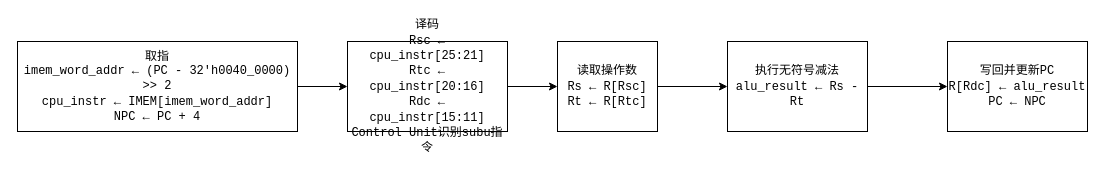
The draw.io diagram Add指令流程图.drawio in LV-ZHU/Computer_Organization_and_Architecture_Course_Design, before the edit. Source tidied: cells renumbered, new cells numbered last; positions are measured from the earlier drawing's top-left corner, leaving out a move shared by most shapes. Both pictures are drawn from the tidied source at 100%, with x=0, y=0 at pixel (17, 41).
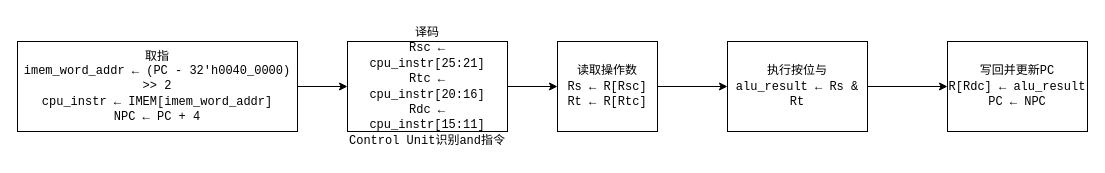
Above is the later version.

Commit message:
更新And指令流程图.drawio

Diff of the diagram source:
```diff
@@
 <mxGraphModel>
   <root>
     <mxCell id="0" />
     <mxCell id="1" parent="0" />
     <mxCell id="2" style="edgeStyle=orthogonalEdgeStyle;rounded=0;jettySize=auto;html=1;" parent="1" edge="1" source="3" target="5">
       <mxGeometry relative="1" as="geometry" />
     </mxCell>
     <mxCell id="3" value="取指&lt;div&gt;&lt;code dir=&quot;ltr&quot;&gt;imem_word_addr ← (PC - 32'h0040_0000) &amp;gt;&amp;gt; 2&lt;/code&gt;&lt;br&gt;&lt;code dir=&quot;ltr&quot;&gt;cpu_instr ← IMEM[imem_word_addr]&lt;/code&gt;&lt;br&gt;&lt;code dir=&quot;ltr&quot;&gt;NPC ← PC + 4&lt;/code&gt;&lt;/div&gt;" style="whiteSpace=wrap;html=1;" parent="1" vertex="1">
       <mxGeometry width="280" height="90" as="geometry" />
     </mxCell>
     <mxCell id="4" style="edgeStyle=orthogonalEdgeStyle;rounded=0;jettySize=auto;html=1;" parent="1" edge="1" source="5" target="7">
       <mxGeometry relative="1" as="geometry" />
     </mxCell>
-    <mxCell id="5" value="&lt;div&gt;&lt;code dir=&quot;ltr&quot;&gt;译码&lt;/code&gt;&lt;/div&gt;&lt;code dir=&quot;ltr&quot;&gt;Rsc ← cpu_instr[25:21]&lt;/code&gt;&lt;br&gt;&lt;code dir=&quot;ltr&quot;&gt;Rtc ← cpu_instr[20:16]&lt;/code&gt;&lt;br&gt;&lt;code dir=&quot;ltr&quot;&gt;Rdc ← cpu_instr[15:11]&lt;/code&gt;&lt;br&gt;&lt;code dir=&quot;ltr&quot;&gt;Control Unit识别subu指令&lt;/code&gt;" style="whiteSpace=wrap;html=1;" parent="1" vertex="1">
+    <mxCell id="5" value="&lt;div&gt;&lt;code dir=&quot;ltr&quot;&gt;译码&lt;/code&gt;&lt;/div&gt;&lt;code dir=&quot;ltr&quot;&gt;Rsc ← cpu_instr[25:21]&lt;/code&gt;&lt;br&gt;&lt;code dir=&quot;ltr&quot;&gt;Rtc ← cpu_instr[20:16]&lt;/code&gt;&lt;br&gt;&lt;code dir=&quot;ltr&quot;&gt;Rdc ← cpu_instr[15:11]&lt;/code&gt;&lt;br&gt;&lt;code dir=&quot;ltr&quot;&gt;Control Unit识别and指令&lt;/code&gt;" style="whiteSpace=wrap;html=1;" parent="1" vertex="1">
       <mxGeometry x="330" width="160" height="90" as="geometry" />
     </mxCell>
     <mxCell id="6" style="edgeStyle=orthogonalEdgeStyle;rounded=0;jettySize=auto;html=1;" parent="1" edge="1" source="7" target="9">
       <mxGeometry relative="1" as="geometry" />
     </mxCell>
     <mxCell id="7" value="&lt;div&gt;&lt;font face=&quot;monospace&quot;&gt;读取操作数&lt;/font&gt;&lt;/div&gt;&lt;div&gt;&lt;code dir=&quot;ltr&quot;&gt;Rs ← R[Rsc]&lt;/code&gt;&lt;br&gt;&lt;code dir=&quot;ltr&quot;&gt;Rt ← R[Rtc]&lt;/code&gt;&lt;font face=&quot;monospace&quot;&gt;&lt;/font&gt;&lt;/div&gt;" style="whiteSpace=wrap;html=1;" parent="1" vertex="1">
       <mxGeometry x="540" width="100" height="90" as="geometry" />
     </mxCell>
     <mxCell id="8" style="edgeStyle=orthogonalEdgeStyle;rounded=0;jettySize=auto;html=1;" parent="1" edge="1" source="9" target="10">
       <mxGeometry relative="1" as="geometry" />
     </mxCell>
-    <mxCell id="9" value="&lt;div&gt;&lt;code&gt;执行无符号减法&lt;/code&gt;&lt;/div&gt;&lt;code&gt;alu_result ← Rs - Rt&lt;/code&gt;" style="whiteSpace=wrap;html=1;" parent="1" vertex="1">
+    <mxCell id="9" value="&lt;div&gt;&lt;code&gt;执行按位与&lt;/code&gt;&lt;/div&gt;&lt;code&gt;alu_result ← Rs &amp;amp; Rt&lt;/code&gt;" style="whiteSpace=wrap;html=1;" parent="1" vertex="1">
       <mxGeometry x="710" width="140" height="90" as="geometry" />
     </mxCell>
     <mxCell id="10" value="&lt;font face=&quot;monospace&quot;&gt;写回并更新PC&lt;/font&gt;&lt;div&gt;&lt;code dir=&quot;ltr&quot;&gt;R[Rdc] ← alu_result&lt;/code&gt;&lt;br&gt;&lt;code dir=&quot;ltr&quot;&gt;PC ← NPC&lt;/code&gt;&lt;font face=&quot;monospace&quot;&gt;&lt;/font&gt;&lt;/div&gt;" style="whiteSpace=wrap;html=1;" parent="1" vertex="1">
       <mxGeometry x="930" width="140" height="90" as="geometry" />
     </mxCell>
   </root>
 </mxGraphModel>
```
